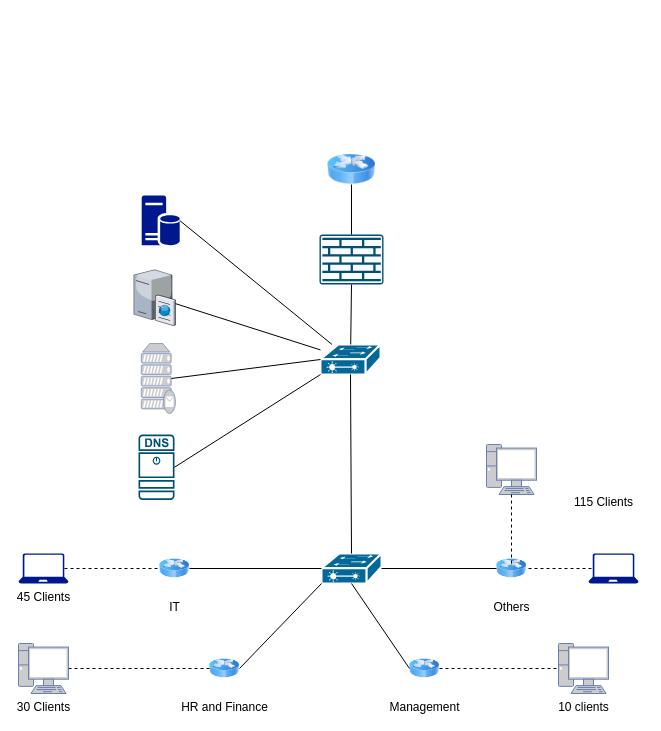
Before: vahical_FornEtWorkwithStar.drawio in waiyanminunt/learning-code-of-school, a draw.io diagram. Source tidied: cells renumbered, new cells numbered last; positions are measured from the earlier drawing's top-left corner, leaving out a move shared by most shapes. Both pictures are drawn from the tidied source at 100%, with x=0, y=0 at pixel (18, 154).
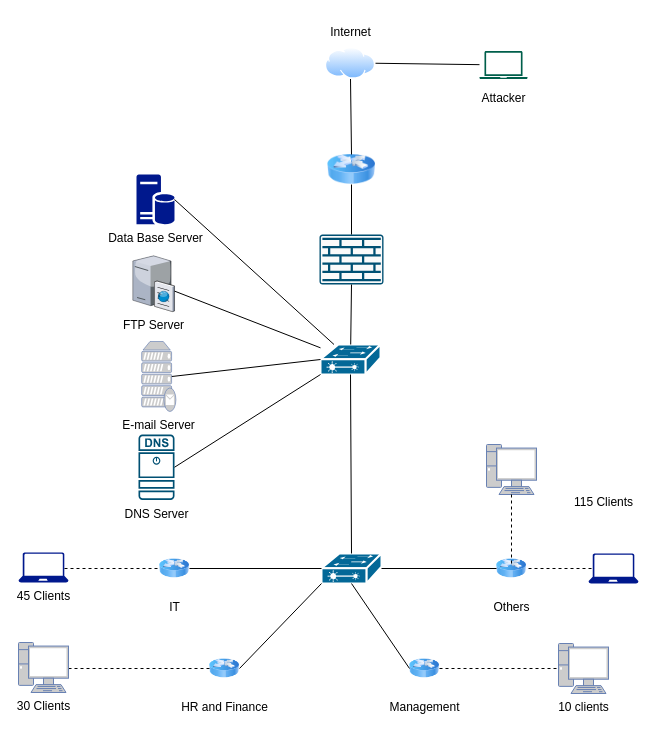
The same diagram, later.

The change refers to these unchanged cells:
```xml
<mxCell id="3" style="image;html=1;image=img/lib/clip_art/networking/Router_Icon_128x128.png;" parent="1" vertex="1">
  <mxGeometry x="309" width="48" height="30" as="geometry" />
</mxCell>
<mxCell id="7" value="IT" style="image;html=1;image=img/lib/clip_art/networking/Router_Icon_128x128.png;" parent="1" vertex="1">
  <mxGeometry x="141" y="389" width="30" height="50" as="geometry" />
</mxCell>
<mxCell id="9" value="HR and Finance" style="image;html=1;image=img/lib/clip_art/networking/Router_Icon_128x128.png;" parent="1" vertex="1">
  <mxGeometry x="191" y="489" width="30" height="50" as="geometry" />
</mxCell>
```

The edit, as a diff of the source:
```diff
@@
-    <mxCell id="4" style="sketch=0;points=[[0.015,0.015,0],[0.985,0.015,0],[0.985,0.985,0],[0.015,0.985,0],[0.25,0,0],[0.5,0,0],[0.75,0,0],[1,0.25,0],[1,0.5,0],[1,0.75,0],[0.75,1,0],[0.5,1,0],[0.25,1,0],[0,0.75,0],[0,0.5,0],[0,0.25,0]];verticalLabelPosition=bottom;html=1;verticalAlign=top;align=center;shape=mxgraph.cisco19.dns_server;fillColor=#005073;strokeColor=none;" parent="1" vertex="1">
+    <mxCell id="4" value="DNS Server" style="sketch=0;points=[[0.015,0.015,0],[0.985,0.015,0],[0.985,0.985,0],[0.015,0.985,0],[0.25,0,0],[0.5,0,0],[0.75,0,0],[1,0.25,0],[1,0.5,0],[1,0.75,0],[0.75,1,0],[0.5,1,0],[0.25,1,0],[0,0.75,0],[0,0.5,0],[0,0.25,0]];verticalLabelPosition=bottom;html=1;verticalAlign=top;align=center;shape=mxgraph.cisco19.dns_server;fillColor=#005073;strokeColor=none;" parent="1" vertex="1">
       <mxGeometry x="120" y="280" width="36" height="65.5" as="geometry" />
     </mxCell>
@@
     <mxCell id="15" value="45 Clients" style="sketch=0;shadow=0;dashed=0;html=1;strokeColor=none;labelPosition=center;verticalLabelPosition=bottom;verticalAlign=top;align=center;fillColor=#00188D;shape=mxgraph.azure.laptop;" parent="1" vertex="1">
-      <mxGeometry y="399" width="50" height="30" as="geometry" />
+      <mxGeometry y="398" width="50" height="30" as="geometry" />
     </mxCell>
-    <mxCell id="16" style="endArrow=none;dashed=1;html=1;rounded=0;exitX=1;exitY=0.5;exitDx=0;exitDy=0;exitPerimeter=0;entryX=0;entryY=0.5;entryDx=0;entryDy=0;" parent="1" edge="1" source="17" target="9">
-      <mxGeometry relative="1" as="geometry" />
+    <mxCell id="16" style="endArrow=none;dashed=1;html=1;rounded=0;exitX=1;exitY=0.5;exitDx=0;exitDy=0;exitPerimeter=0;entryX=0;entryY=0.5;entryDx=0;entryDy=0;" parent="1" edge="1" target="9">
+      <mxGeometry relative="1" as="geometry">
+        <mxPoint x="50" y="514" as="sourcePoint" />
+      </mxGeometry>
     </mxCell>
     <mxCell id="17" value="&lt;font color=&quot;#000000&quot;&gt;30 Clients&lt;/font&gt;" style="fontColor=#0066CC;verticalAlign=top;verticalLabelPosition=bottom;labelPosition=center;align=center;html=1;outlineConnect=0;fillColor=#CCCCCC;strokeColor=#6881B3;gradientColor=none;gradientDirection=north;strokeWidth=2;shape=mxgraph.networks.pc;" parent="1" vertex="1">
-      <mxGeometry y="489" width="50" height="50" as="geometry" />
+      <mxGeometry y="488" width="50" height="50" as="geometry" />
     </mxCell>
@@
-    <mxCell id="25" style="endArrow=none;dashed=1;html=1;rounded=0;exitX=0.92;exitY=0.5;exitDx=0;exitDy=0;exitPerimeter=0;entryX=0;entryY=0.5;entryDx=0;entryDy=0;" parent="1" edge="1" source="15" target="7">
-      <mxGeometry relative="1" as="geometry" />
+    <mxCell id="25" style="endArrow=none;dashed=1;html=1;rounded=0;exitX=0.92;exitY=0.5;exitDx=0;exitDy=0;exitPerimeter=0;entryX=0;entryY=0.5;entryDx=0;entryDy=0;" parent="1" edge="1" target="7">
+      <mxGeometry relative="1" as="geometry">
+        <mxPoint x="46" y="414" as="sourcePoint" />
+      </mxGeometry>
     </mxCell>
@@
-    <mxCell id="29" style="sketch=0;shadow=0;dashed=0;html=1;strokeColor=none;labelPosition=center;verticalLabelPosition=bottom;verticalAlign=top;align=center;fillColor=#00188D;shape=mxgraph.mscae.enterprise.database_server;" parent="1" vertex="1">
-      <mxGeometry x="123.2" y="41" width="38" height="50" as="geometry" />
+    <mxCell id="29" value="Data Base Server" style="sketch=0;shadow=0;dashed=0;html=1;strokeColor=none;labelPosition=center;verticalLabelPosition=bottom;verticalAlign=top;align=center;fillColor=#00188D;shape=mxgraph.mscae.enterprise.database_server;" parent="1" vertex="1">
+      <mxGeometry x="118" y="20" width="38" height="50" as="geometry" />
     </mxCell>
-    <mxCell id="30" style="fontColor=#0066CC;verticalAlign=top;verticalLabelPosition=bottom;labelPosition=center;align=center;html=1;outlineConnect=0;fillColor=#CCCCCC;strokeColor=#6881B3;gradientColor=none;gradientDirection=north;strokeWidth=2;shape=mxgraph.networks.mail_server;" parent="1" vertex="1">
-      <mxGeometry x="122.8" y="189" width="34.2" height="70" as="geometry" />
+    <mxCell id="30" value="&lt;font color=&quot;#000000&quot;&gt;E-mail Server&lt;/font&gt;" style="fontColor=#0066CC;verticalAlign=top;verticalLabelPosition=bottom;labelPosition=center;align=center;html=1;outlineConnect=0;fillColor=#CCCCCC;strokeColor=#6881B3;gradientColor=none;gradientDirection=north;strokeWidth=2;shape=mxgraph.networks.mail_server;" parent="1" vertex="1">
+      <mxGeometry x="123.2" y="187" width="34.2" height="70" as="geometry" />
     </mxCell>
@@
-    <mxCell id="34" style="verticalLabelPosition=bottom;sketch=0;html=1;verticalAlign=top;strokeColor=none;align=center;outlineConnect=0;shape=mxgraph.citrix.ftp_server;" parent="1" vertex="1">
-      <mxGeometry x="115.3" y="114" width="41.7" height="57" as="geometry" />
+    <mxCell id="34" value="FTP Server" style="verticalLabelPosition=bottom;sketch=0;html=1;verticalAlign=top;strokeColor=none;align=center;outlineConnect=0;shape=mxgraph.citrix.ftp_server;" parent="1" vertex="1">
+      <mxGeometry x="114.3" y="100" width="41.7" height="57" as="geometry" />
     </mxCell>
@@
+    <mxCell id="36" style="image;perimeter=ellipsePerimeter;html=1;align=center;shadow=0;dashed=0;spacingTop=3;image=img/lib/active_directory/internet_cloud.svg;" parent="1" vertex="1">
+      <mxGeometry x="307" y="-107" width="50" height="31.5" as="geometry" />
+    </mxCell>
+    <mxCell id="37" style="endArrow=none;html=1;rounded=0;exitX=0.5;exitY=1;exitDx=0;exitDy=0;entryX=0.5;entryY=0;entryDx=0;entryDy=0;" parent="1" edge="1" source="36" target="3">
+      <mxGeometry relative="1" as="geometry" />
+    </mxCell>
+    <mxCell id="38" value="Internet" style="text;html=1;align=center;verticalAlign=middle;strokeColor=none;fillColor=none;" parent="1" vertex="1">
+      <mxGeometry x="302" y="-137" width="60" height="30" as="geometry" />
+    </mxCell>
+    <mxCell id="39" style="sketch=0;shadow=0;dashed=0;html=1;strokeColor=none;fillColor=#005F4B;labelPosition=center;verticalLabelPosition=bottom;verticalAlign=top;align=center;outlineConnect=0;shape=mxgraph.veeam2.laptop;" parent="1" vertex="1">
+      <mxGeometry x="461" y="-103.5" width="48" height="28" as="geometry" />
+    </mxCell>
+    <mxCell id="40" style="endArrow=none;html=1;rounded=0;exitX=1;exitY=0.5;exitDx=0;exitDy=0;" parent="1" edge="1" source="36" target="39">
+      <mxGeometry relative="1" as="geometry" />
+    </mxCell>
+    <mxCell id="41" value="Attacker" style="text;html=1;align=center;verticalAlign=middle;strokeColor=none;fillColor=none;" parent="1" vertex="1">
+      <mxGeometry x="450" y="-71" width="70" height="30" as="geometry" />
+    </mxCell>
```
